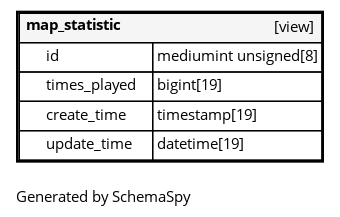
This is diagrams/tables/map_statistic.1degree.png from FAForever/db, a Graphviz export, as it was before one commit. Its source is kept beside it as diagrams/tables/map_statistic.1degree.dot. Its diagram source:
```dot
digraph "oneDegreeRelationshipsDiagram" {
  graph [    rankdir="RL"    bgcolor="#ffffff"    label="\nGenerated by SchemaSpy"    labeljust="l"    nodesep="0.18"    ranksep="0.46"    fontname="Helvetica"    fontsize="11"    ration="compress"  ];  node [    fontname="Helvetica"    fontsize="11"    shape="plaintext"  ];  edge [    arrowsize="0.8"  ];
  "map_statistic" [
   label=<
    <TABLE BORDER="2" CELLBORDER="1" CELLSPACING="0" BGCOLOR="#ffffff">
      <TR><TD COLSPAN="4"  BGCOLOR="#f5f5f5"><TABLE BORDER="0" CELLSPACING="0"><TR><TD ALIGN="LEFT" FIXEDSIZE="TRUE" WIDTH="79" HEIGHT="16"><B>map_statistic</B></TD><TD ALIGN="RIGHT">[view]</TD></TR></TABLE></TD></TR>
      <TR><TD PORT="id" COLSPAN="2" ALIGN="LEFT"><TABLE BORDER="0" CELLSPACING="0" ALIGN="LEFT"><TR ALIGN="LEFT"><TD ALIGN="LEFT" FIXEDSIZE="TRUE" WIDTH="15" HEIGHT="16"></TD><TD ALIGN="LEFT" FIXEDSIZE="TRUE" WIDTH="79" HEIGHT="16">id</TD></TR></TABLE></TD><TD PORT="id.type" ALIGN="LEFT">mediumint unsigned[8]</TD></TR>
      <TR><TD PORT="times_played" COLSPAN="2" ALIGN="LEFT"><TABLE BORDER="0" CELLSPACING="0" ALIGN="LEFT"><TR ALIGN="LEFT"><TD ALIGN="LEFT" FIXEDSIZE="TRUE" WIDTH="15" HEIGHT="16"></TD><TD ALIGN="LEFT" FIXEDSIZE="TRUE" WIDTH="79" HEIGHT="16">times_played</TD></TR></TABLE></TD><TD PORT="times_played.type" ALIGN="LEFT">bigint[19]</TD></TR>
      <TR><TD PORT="create_time" COLSPAN="2" ALIGN="LEFT"><TABLE BORDER="0" CELLSPACING="0" ALIGN="LEFT"><TR ALIGN="LEFT"><TD ALIGN="LEFT" FIXEDSIZE="TRUE" WIDTH="15" HEIGHT="16"></TD><TD ALIGN="LEFT" FIXEDSIZE="TRUE" WIDTH="79" HEIGHT="16">create_time</TD></TR></TABLE></TD><TD PORT="create_time.type" ALIGN="LEFT">timestamp[19]</TD></TR>
      <TR><TD PORT="update_time" COLSPAN="2" ALIGN="LEFT"><TABLE BORDER="0" CELLSPACING="0" ALIGN="LEFT"><TR ALIGN="LEFT"><TD ALIGN="LEFT" FIXEDSIZE="TRUE" WIDTH="15" HEIGHT="16"></TD><TD ALIGN="LEFT" FIXEDSIZE="TRUE" WIDTH="79" HEIGHT="16">update_time</TD></TR></TABLE></TD><TD PORT="update_time.type" ALIGN="LEFT">datetime[19]</TD></TR>
    </TABLE>>
    URL="map_statistic.html"
    target="_top"
    tooltip="map_statistic"
  ];
}
```
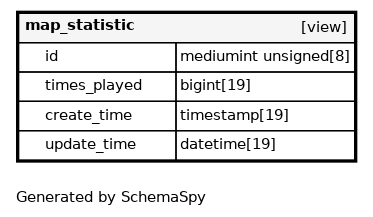
After the change.

The edit, as a diff of the source:
```diff
@@ -1,13 +1,13 @@
 digraph "oneDegreeRelationshipsDiagram" {
-  graph [    rankdir="RL"    bgcolor="#ffffff"    label="\nGenerated by SchemaSpy"    labeljust="l"    nodesep="0.18"    ranksep="0.46"    fontname="Helvetica"    fontsize="11"    ration="compress"  ];  node [    fontname="Helvetica"    fontsize="11"    shape="plaintext"  ];  edge [    arrowsize="0.8"  ];
+  graph [    rankdir="RL"    bgcolor="#ffffff"    label="\nGenerated by SchemaSpy"    labeljust="l"    nodesep="0.18"    ranksep="0.46"    fontname="Helvetica"    fontsize="11"    packmode="graph"  ];  node [    fontname="Helvetica"    fontsize="11"    shape="plaintext"  ];  edge [    arrowsize="0.8"  ];
   "map_statistic" [
    label=<
     <TABLE BORDER="2" CELLBORDER="1" CELLSPACING="0" BGCOLOR="#ffffff">
-      <TR><TD COLSPAN="4"  BGCOLOR="#f5f5f5"><TABLE BORDER="0" CELLSPACING="0"><TR><TD ALIGN="LEFT" FIXEDSIZE="TRUE" WIDTH="79" HEIGHT="16"><B>map_statistic</B></TD><TD ALIGN="RIGHT">[view]</TD></TR></TABLE></TD></TR>
-      <TR><TD PORT="id" COLSPAN="2" ALIGN="LEFT"><TABLE BORDER="0" CELLSPACING="0" ALIGN="LEFT"><TR ALIGN="LEFT"><TD ALIGN="LEFT" FIXEDSIZE="TRUE" WIDTH="15" HEIGHT="16"></TD><TD ALIGN="LEFT" FIXEDSIZE="TRUE" WIDTH="79" HEIGHT="16">id</TD></TR></TABLE></TD><TD PORT="id.type" ALIGN="LEFT">mediumint unsigned[8]</TD></TR>
-      <TR><TD PORT="times_played" COLSPAN="2" ALIGN="LEFT"><TABLE BORDER="0" CELLSPACING="0" ALIGN="LEFT"><TR ALIGN="LEFT"><TD ALIGN="LEFT" FIXEDSIZE="TRUE" WIDTH="15" HEIGHT="16"></TD><TD ALIGN="LEFT" FIXEDSIZE="TRUE" WIDTH="79" HEIGHT="16">times_played</TD></TR></TABLE></TD><TD PORT="times_played.type" ALIGN="LEFT">bigint[19]</TD></TR>
-      <TR><TD PORT="create_time" COLSPAN="2" ALIGN="LEFT"><TABLE BORDER="0" CELLSPACING="0" ALIGN="LEFT"><TR ALIGN="LEFT"><TD ALIGN="LEFT" FIXEDSIZE="TRUE" WIDTH="15" HEIGHT="16"></TD><TD ALIGN="LEFT" FIXEDSIZE="TRUE" WIDTH="79" HEIGHT="16">create_time</TD></TR></TABLE></TD><TD PORT="create_time.type" ALIGN="LEFT">timestamp[19]</TD></TR>
-      <TR><TD PORT="update_time" COLSPAN="2" ALIGN="LEFT"><TABLE BORDER="0" CELLSPACING="0" ALIGN="LEFT"><TR ALIGN="LEFT"><TD ALIGN="LEFT" FIXEDSIZE="TRUE" WIDTH="15" HEIGHT="16"></TD><TD ALIGN="LEFT" FIXEDSIZE="TRUE" WIDTH="79" HEIGHT="16">update_time</TD></TR></TABLE></TD><TD PORT="update_time.type" ALIGN="LEFT">datetime[19]</TD></TR>
+      <TR><TD COLSPAN="4"  BGCOLOR="#f5f5f5"><TABLE BORDER="0" CELLSPACING="0"><TR><TD ALIGN="LEFT" FIXEDSIZE="TRUE" WIDTH="97" HEIGHT="16"><B>map_statistic</B></TD><TD ALIGN="RIGHT">[view]</TD></TR></TABLE></TD></TR>
+      <TR><TD PORT="id" COLSPAN="2" ALIGN="LEFT"><TABLE BORDER="0" CELLSPACING="0" ALIGN="LEFT"><TR ALIGN="LEFT"><TD ALIGN="LEFT" FIXEDSIZE="TRUE" WIDTH="15" HEIGHT="16"></TD><TD ALIGN="LEFT" FIXEDSIZE="TRUE" WIDTH="97" HEIGHT="16">id</TD></TR></TABLE></TD><TD PORT="id.type" ALIGN="LEFT">mediumint unsigned[8]</TD></TR>
+      <TR><TD PORT="times_played" COLSPAN="2" ALIGN="LEFT"><TABLE BORDER="0" CELLSPACING="0" ALIGN="LEFT"><TR ALIGN="LEFT"><TD ALIGN="LEFT" FIXEDSIZE="TRUE" WIDTH="15" HEIGHT="16"></TD><TD ALIGN="LEFT" FIXEDSIZE="TRUE" WIDTH="97" HEIGHT="16">times_played</TD></TR></TABLE></TD><TD PORT="times_played.type" ALIGN="LEFT">bigint[19]</TD></TR>
+      <TR><TD PORT="create_time" COLSPAN="2" ALIGN="LEFT"><TABLE BORDER="0" CELLSPACING="0" ALIGN="LEFT"><TR ALIGN="LEFT"><TD ALIGN="LEFT" FIXEDSIZE="TRUE" WIDTH="15" HEIGHT="16"></TD><TD ALIGN="LEFT" FIXEDSIZE="TRUE" WIDTH="97" HEIGHT="16">create_time</TD></TR></TABLE></TD><TD PORT="create_time.type" ALIGN="LEFT">timestamp[19]</TD></TR>
+      <TR><TD PORT="update_time" COLSPAN="2" ALIGN="LEFT"><TABLE BORDER="0" CELLSPACING="0" ALIGN="LEFT"><TR ALIGN="LEFT"><TD ALIGN="LEFT" FIXEDSIZE="TRUE" WIDTH="15" HEIGHT="16"></TD><TD ALIGN="LEFT" FIXEDSIZE="TRUE" WIDTH="97" HEIGHT="16">update_time</TD></TR></TABLE></TD><TD PORT="update_time.type" ALIGN="LEFT">datetime[19]</TD></TR>
     </TABLE>>
     URL="map_statistic.html"
     target="_top"
```
